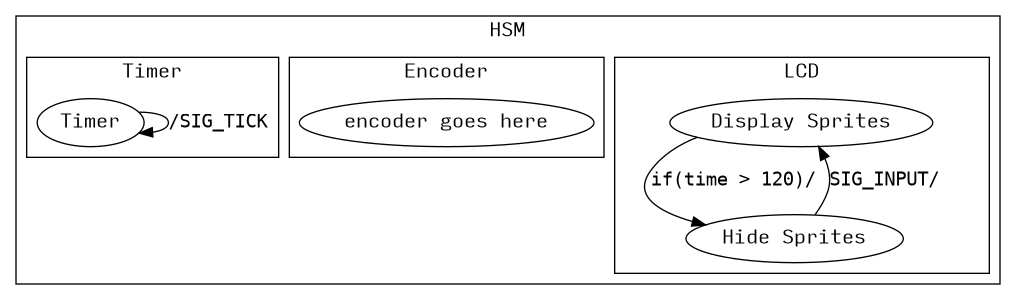
Before: write_up/states.png, a diagram exported from Graphviz (varun-iyer/lab2b). Its source is kept beside it as write_up/states.dot.
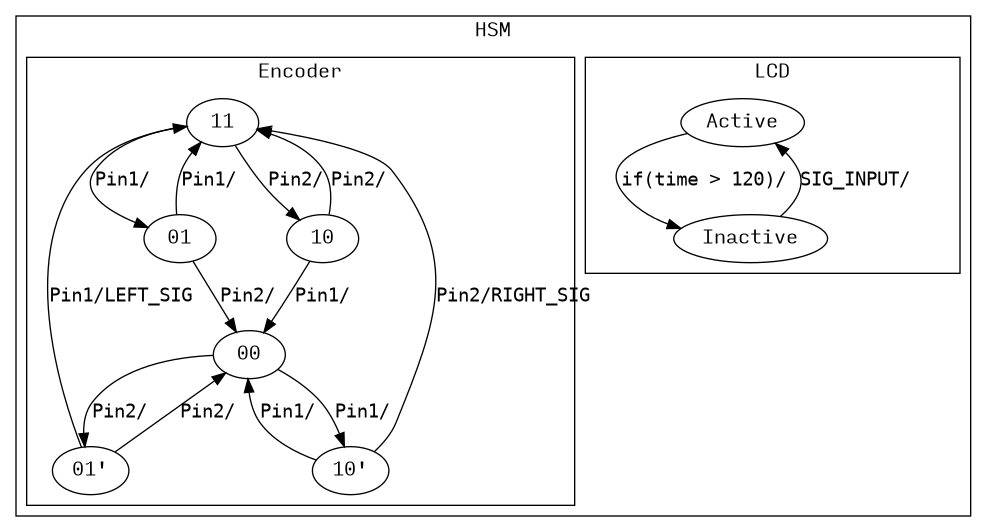
The same file after the commit.

Change to the diagram source:
```diff
@@ -6,16 +6,23 @@
 		label="HSM"
 		subgraph clusterlcd {
 			label="LCD"
-			"Display Sprites" -> "Hide Sprites" [label="if(time > 120)/ "]
-			"Hide Sprites" -> "Display Sprites" [label="SIG_INPUT/ "]
+			"Active" -> "Inactive" [label="if(time > 120)/ "]
+			"Inactive" -> "Active" [label="SIG_INPUT/ "]
 		}
 		subgraph clusterenc {
 			label="Encoder"
-			"encoder goes here"
-		}
-		subgraph clustertmr {
-			label="Timer"
-			"Timer" -> "Timer" [label="/SIG_TICK"]
+			11 -> 01 [label="Pin1/"];
+			01 -> 11 [label="Pin1/"];
+			01 -> 00 [label="Pin2/"];
+			11 -> 10 [label="Pin2/"];
+			10 -> 00 [label="Pin1/"];
+			10 -> 11 [label="Pin2/"];
+			00 -> "01'" [label="Pin2/"];
+			00 -> "10'" [label="Pin1/"];
+			"01'" -> 11 [label="Pin1/LEFT_SIG"];
+			"10'" -> 11 [label="Pin2/RIGHT_SIG"];
+			"01'" -> 00 [label="Pin2/"];
+			"10'" -> 00 [label="Pin1/"];
 		}
 	}
 }
```
